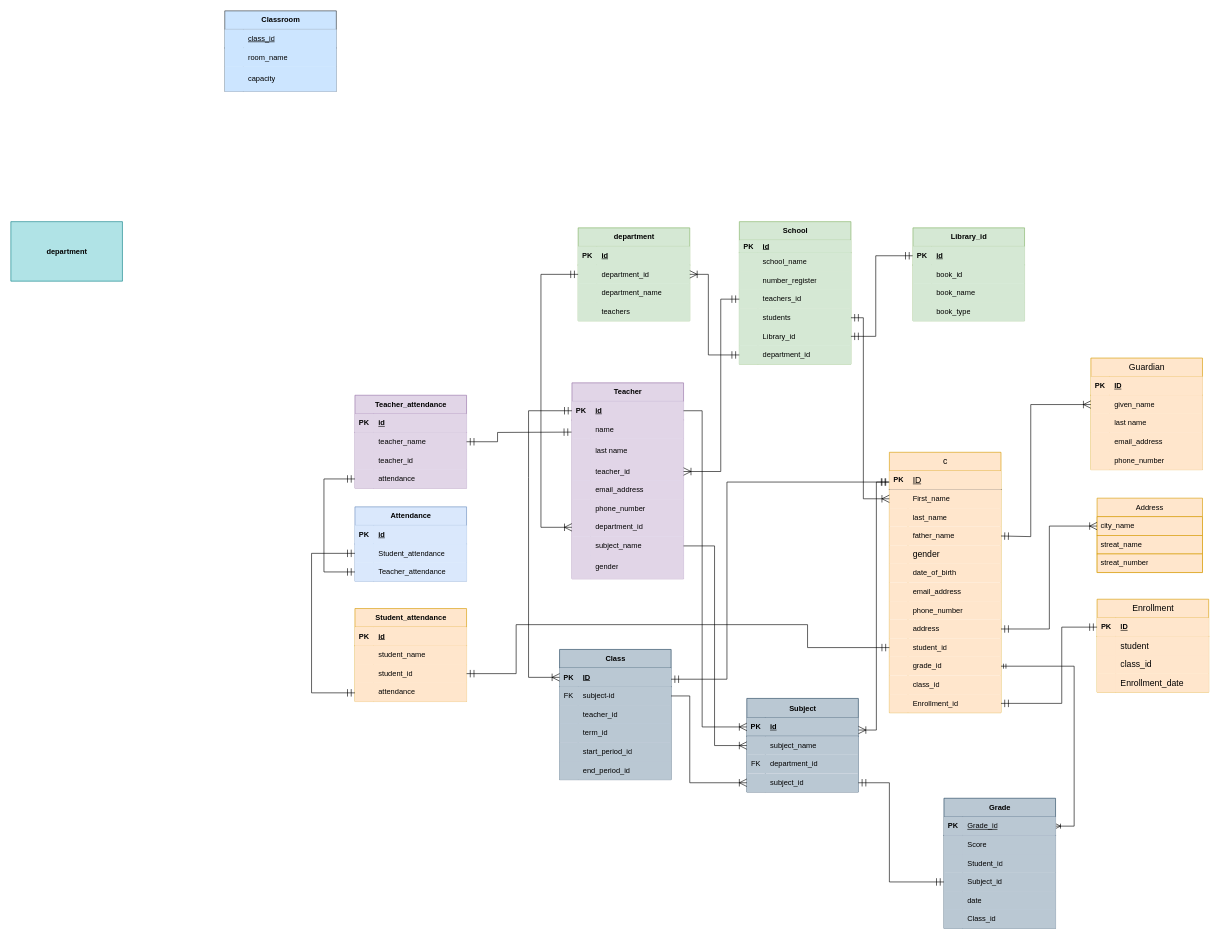
murtazaGharibyar1383/Database-for-school keeps this draw.io diagram as page "Page-1" (1 of 2) of ERD for School.drawio. Above is the earlier version. Source tidied: cells renumbered, new cells numbered last; positions are measured from the earlier drawing's top-left corner, leaving out a move shared by most shapes. Both pictures are drawn from the tidied source at 62%, with x=0, y=0 at pixel (11, 11).
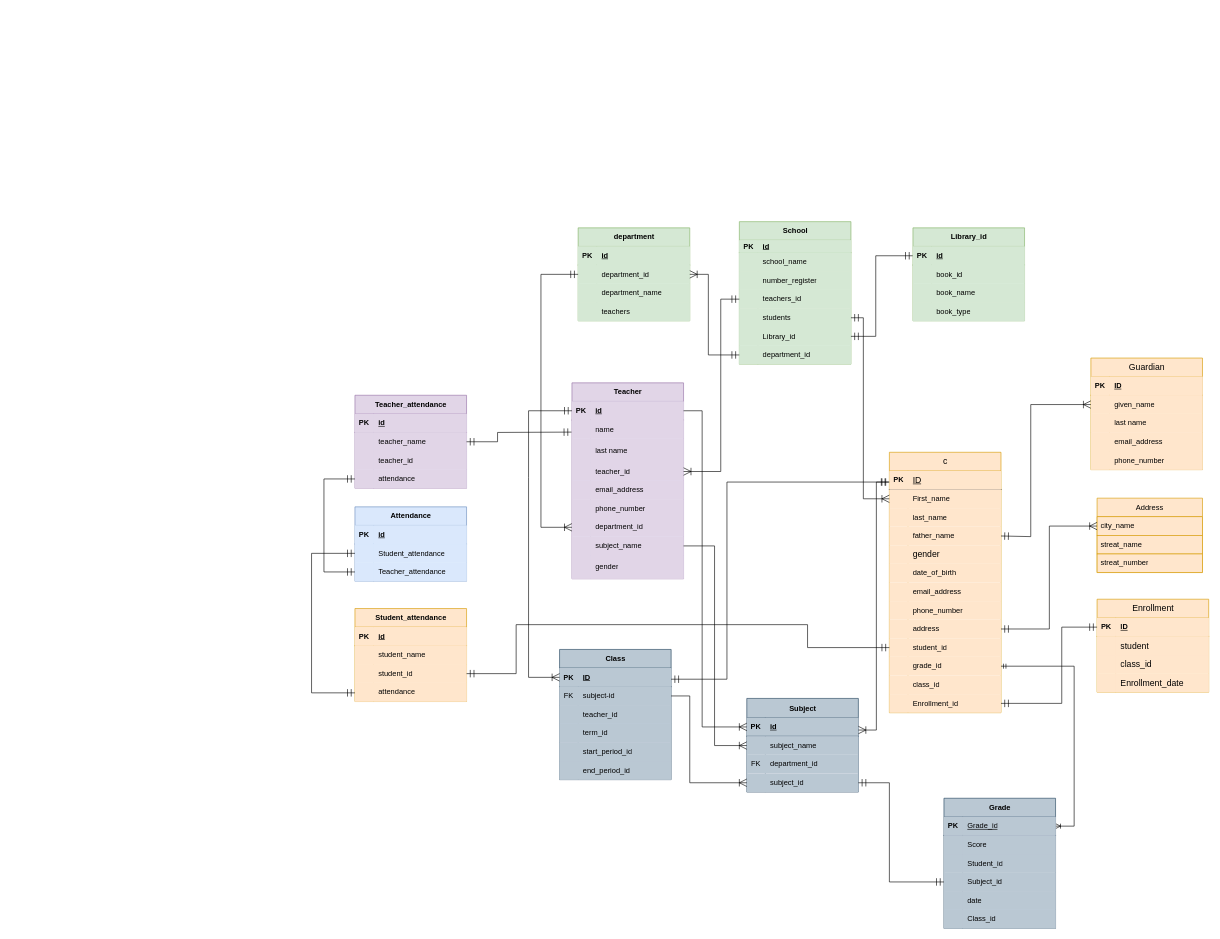
The same page after the edit.

Commit message:
My ERD diagram has been Update

Change to the diagram source:
```diff
@@
-    <mxCell id="2" value="Classroom" style="shape=table;startSize=30;childLayout=tableLayout;rowLines=0;fontStyle=1;align=center;html=1;labelBackgroundColor=none;fillColor=#cce5ff;strokeColor=#36393d;" parent="1" vertex="1">
-      <mxGeometry x="345" width="180" height="130" as="geometry" />
-    </mxCell>
-    <mxCell id="3" style="shape=tableRow;horizontal=0;startSize=0;swimlaneHead=0;swimlaneBody=0;fillColor=#cce5ff;top=0;left=0;right=0;bottom=1;labelBackgroundColor=none;strokeColor=#36393d;" parent="2" vertex="1">
-      <mxGeometry y="30" width="180" height="30" as="geometry" />
-    </mxCell>
-    <mxCell id="4" style="shape=partialRectangle;fillColor=#cce5ff;top=0;left=0;bottom=0;right=0;fontStyle=1;overflow=hidden;whiteSpace=wrap;html=1;labelBackgroundColor=none;strokeColor=#36393d;" parent="3" vertex="1">
-      <mxGeometry width="30" height="30" as="geometry" />
-    </mxCell>
-    <mxCell id="5" value="&lt;span style=&quot;font-weight: normal;&quot;&gt;class_id&lt;/span&gt;" style="shape=partialRectangle;fillColor=#cce5ff;top=0;left=0;bottom=0;right=0;align=left;spacingLeft=6;fontStyle=5;overflow=hidden;whiteSpace=wrap;html=1;labelBackgroundColor=none;strokeColor=#36393d;" parent="3" vertex="1">
-      <mxGeometry x="30" width="150" height="30" as="geometry" />
-    </mxCell>
-    <mxCell id="6" style="shape=tableRow;horizontal=0;startSize=0;swimlaneHead=0;swimlaneBody=0;fillColor=#cce5ff;top=0;left=0;right=0;bottom=0;labelBackgroundColor=none;strokeColor=#36393d;" parent="2" vertex="1">
-      <mxGeometry y="60" width="180" height="30" as="geometry" />
-    </mxCell>
-    <mxCell id="7" style="shape=partialRectangle;fillColor=#cce5ff;top=0;left=0;bottom=0;right=0;overflow=hidden;whiteSpace=wrap;html=1;labelBackgroundColor=none;strokeColor=#36393d;" parent="6" vertex="1">
-      <mxGeometry width="30" height="30" as="geometry" />
-    </mxCell>
-    <mxCell id="8" value="room_name" style="shape=partialRectangle;fillColor=#cce5ff;top=0;left=0;bottom=0;right=0;align=left;spacingLeft=6;overflow=hidden;whiteSpace=wrap;html=1;labelBackgroundColor=none;strokeColor=#36393d;" parent="6" vertex="1">
-      <mxGeometry x="30" width="150" height="30" as="geometry" />
-    </mxCell>
-    <mxCell id="9" style="shape=tableRow;horizontal=0;startSize=0;swimlaneHead=0;swimlaneBody=0;fillColor=#cce5ff;top=0;left=0;right=0;bottom=0;labelBackgroundColor=none;strokeColor=#36393d;" parent="2" vertex="1">
-      <mxGeometry y="90" width="180" height="40" as="geometry" />
-    </mxCell>
-    <mxCell id="10" style="shape=partialRectangle;fillColor=#cce5ff;top=0;left=0;bottom=0;right=0;overflow=hidden;whiteSpace=wrap;html=1;labelBackgroundColor=none;strokeColor=#36393d;" parent="9" vertex="1">
-      <mxGeometry width="30" height="40" as="geometry" />
-    </mxCell>
-    <mxCell id="11" value="capacity" style="shape=partialRectangle;fillColor=#cce5ff;top=0;left=0;bottom=0;right=0;align=left;spacingLeft=6;overflow=hidden;whiteSpace=wrap;html=1;labelBackgroundColor=none;strokeColor=#36393d;" parent="9" vertex="1">
-      <mxGeometry x="30" width="150" height="40" as="geometry" />
-    </mxCell>
-    <mxCell id="12" value="department" style="shape=table;startSize=96;childLayout=tableLayout;rowLines=0;fontStyle=1;align=center;html=1;fillColor=#b0e3e6;strokeColor=#0e8088;" parent="1" vertex="1">
-      <mxGeometry y="340" width="180" height="96" as="geometry" />
-    </mxCell>
```
